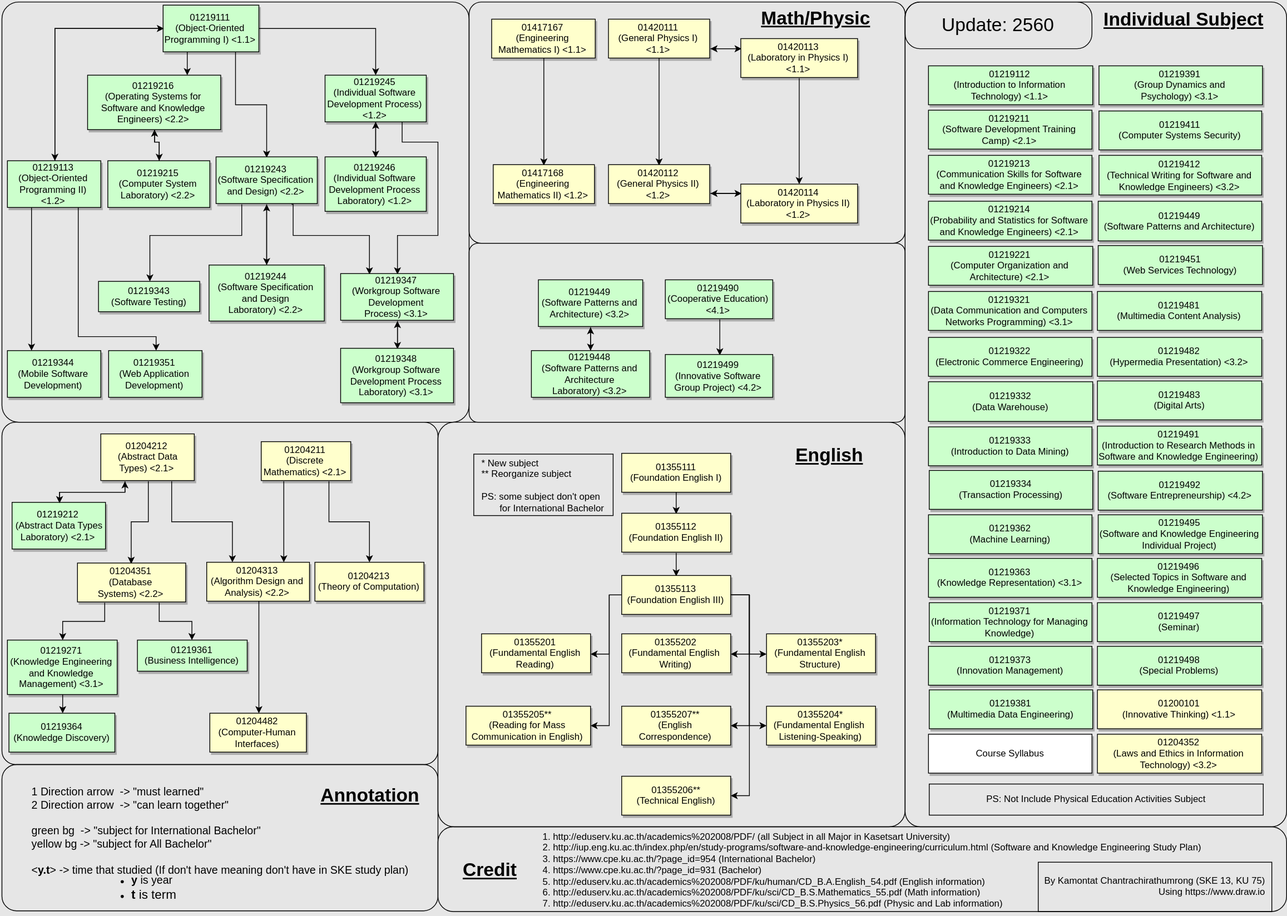
kamontat/KU-SKE-Study-2015 keeps this draw.io diagram as images/background/SKEStudyChart_bg.svg. Above is the earlier version. Source tidied: cells renumbered, new cells last; positions are measured from the earlier drawing's top-left corner, leaving out a move shared by most shapes.
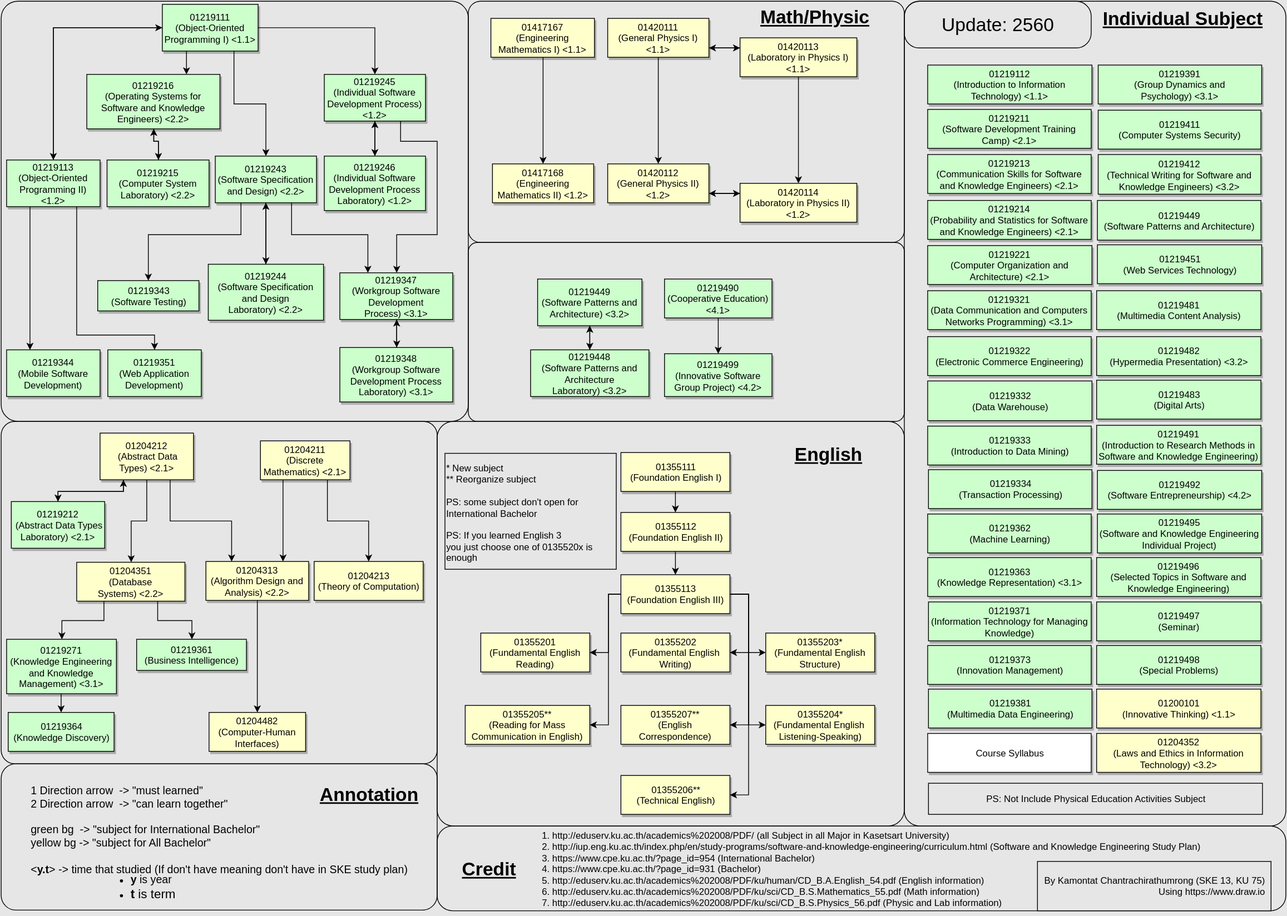
Later version of the same file.

Commit message:
update english subject annotation

Change to the diagram source:
```diff
@@ -484,8 +484,8 @@
     <mxCell id="136" value="&lt;div&gt;&lt;span&gt;01355207&lt;/span&gt;**&lt;/div&gt;&lt;div&gt;&lt;span&gt;(&lt;/span&gt;&lt;span&gt;English Correspondence&lt;/span&gt;&lt;span&gt;)&lt;/span&gt;&lt;br&gt;&lt;/div&gt;" style="whiteSpace=wrap;html=1;shadow=1;strokeColor=#000000;fillColor=#FFFFCC;" parent="1" vertex="1">
       <mxGeometry x="796" y="905" width="140" height="50" as="geometry" />
     </mxCell>
-    <mxCell id="137" value="&lt;div style=&quot;text-align: left&quot;&gt;* New subject&lt;/div&gt;&lt;div style=&quot;text-align: left&quot;&gt;** R&lt;span&gt;eorganize subject&lt;/span&gt;&lt;/div&gt;&lt;div style=&quot;text-align: left&quot;&gt;&lt;span&gt;&lt;br&gt;&lt;/span&gt;&lt;/div&gt;&lt;div style=&quot;text-align: left&quot;&gt;&lt;span&gt;PS: some subject don't open&amp;nbsp;&lt;/span&gt;&lt;/div&gt;&lt;div style=&quot;text-align: left&quot;&gt;&lt;span&gt;&amp;nbsp; &amp;nbsp; &amp;nbsp; &amp;nbsp;for International Bachelor&lt;/span&gt;&lt;/div&gt;" style="text;html=1;strokeColor=#000000;fillColor=none;align=center;verticalAlign=middle;whiteSpace=wrap;shadow=0;" parent="1" vertex="1">
-      <mxGeometry x="606" y="581" width="179" height="79" as="geometry" />
+    <mxCell id="137" value="&lt;div style=&quot;text-align: left&quot;&gt;* New subject&lt;/div&gt;&lt;div style=&quot;text-align: left&quot;&gt;** R&lt;span&gt;eorganize subject&lt;/span&gt;&lt;/div&gt;&lt;div style=&quot;text-align: left&quot;&gt;&lt;span&gt;&lt;br&gt;&lt;/span&gt;&lt;/div&gt;&lt;div style=&quot;text-align: left&quot;&gt;&lt;span&gt;PS: some subject don't open&amp;nbsp;&lt;/span&gt;for International Bachelor&lt;/div&gt;&lt;div style=&quot;text-align: left&quot;&gt;&lt;span&gt;&lt;br&gt;&lt;/span&gt;&lt;/div&gt;&lt;div style=&quot;text-align: left&quot;&gt;PS: If you learned English 3&amp;nbsp;&lt;/div&gt;&lt;div style=&quot;text-align: left&quot;&gt;you just&amp;nbsp;&lt;span&gt;choose&lt;/span&gt;&amp;nbsp;one of 0135520x is enough&amp;nbsp;&lt;/div&gt;" style="text;html=1;strokeColor=#000000;fillColor=none;align=center;verticalAlign=middle;whiteSpace=wrap;shadow=0;" parent="1" vertex="1">
+      <mxGeometry x="570" y="581" width="220" height="149" as="geometry" />
     </mxCell>
     <mxCell id="138" value="&lt;font style=&quot;font-size: 24px&quot;&gt;&lt;b&gt;&lt;u&gt;English&lt;/u&gt;&lt;/b&gt;&lt;/font&gt;" style="text;html=1;strokeColor=none;fillColor=none;align=center;verticalAlign=middle;whiteSpace=wrap;shadow=0;" parent="1" vertex="1">
       <mxGeometry x="1002" y="562" width="120" height="40" as="geometry" />
```
